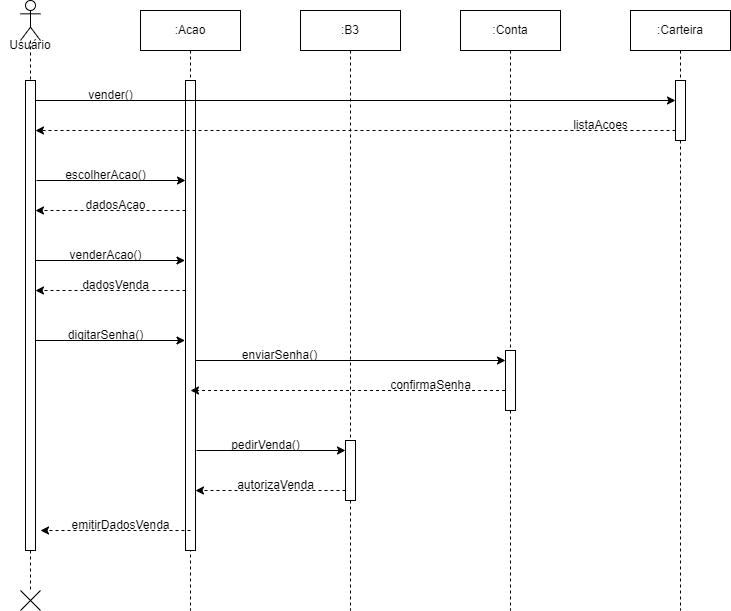
ThePlano/Projeto-CC5511---ENGENHARIA-DE-SOFTWARE keeps this draw.io diagram as diagrama_sequencia_vender_acao.png. Above is the earlier version. Source tidied: cells renumbered, new cells last; positions are measured from the earlier drawing's top-left corner, leaving out a move shared by most shapes.
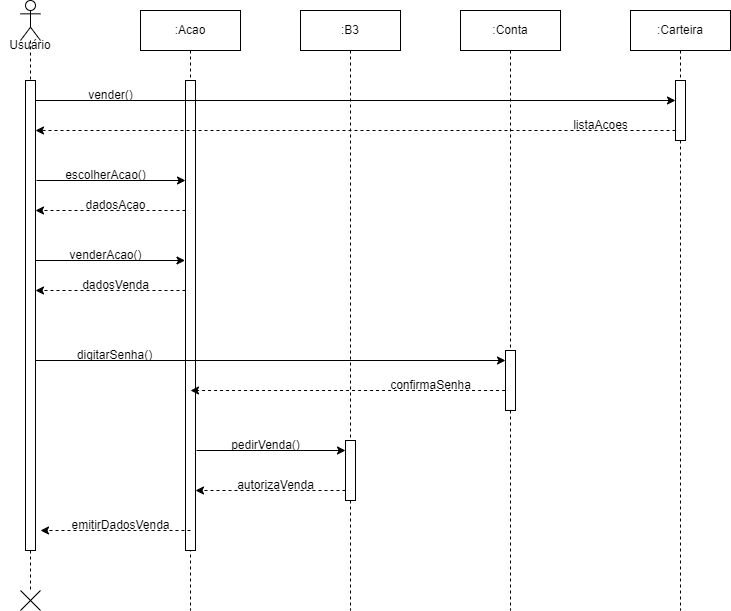
The same file after the commit.

Change to the diagram source:
```diff
@@ -96,15 +96,6 @@
     <mxCell id="25" value="dadosVenda" style="text;html=1;align=center;verticalAlign=middle;strokeColor=none;fillColor=none;" parent="1" vertex="1">
       <mxGeometry x="70" y="270" width="90" height="30" as="geometry" />
     </mxCell>
-    <mxCell id="26" style="endArrow=classic;html=1;rounded=0;exitX=1.103;exitY=0.128;exitDx=0;exitDy=0;exitPerimeter=0;" parent="1" edge="1">
-      <mxGeometry relative="1" as="geometry">
-        <mxPoint x="35.5" y="340" as="sourcePoint" />
-        <mxPoint x="184.5" y="340" as="targetPoint" />
-      </mxGeometry>
-    </mxCell>
-    <mxCell id="27" value="digitarSenha()" style="text;html=1;align=center;verticalAlign=middle;strokeColor=none;fillColor=none;" parent="1" vertex="1">
-      <mxGeometry x="54.5" y="320" width="100" height="30" as="geometry" />
-    </mxCell>
     <mxCell id="28" style="endArrow=classic;html=1;rounded=0;dashed=1;" parent="1" edge="1">
       <mxGeometry relative="1" as="geometry">
         <mxPoint x="190" y="530" as="sourcePoint" />
@@ -120,14 +111,13 @@
     <mxCell id="31" style="html=1;perimeter=orthogonalPerimeter;targetShapes=umlLifeline;newEdgeStyle={&quot;curved&quot;:0,&quot;rounded&quot;:0};" parent="30" vertex="1">
       <mxGeometry x="45" y="340" width="10" height="60" as="geometry" />
     </mxCell>
-    <mxCell id="32" style="endArrow=classic;html=1;rounded=0;" parent="1" edge="1">
+    <mxCell id="32" style="endArrow=classic;html=1;rounded=0;" parent="1" edge="1" source="3">
       <mxGeometry relative="1" as="geometry">
-        <mxPoint x="195" y="360" as="sourcePoint" />
         <mxPoint x="505" y="360" as="targetPoint" />
       </mxGeometry>
     </mxCell>
-    <mxCell id="33" value="enviarSenha()" style="text;html=1;align=center;verticalAlign=middle;strokeColor=none;fillColor=none;" parent="1" vertex="1">
-      <mxGeometry x="229" y="340" width="100" height="30" as="geometry" />
+    <mxCell id="33" value="digitarSenha()" style="text;html=1;align=center;verticalAlign=middle;strokeColor=none;fillColor=none;" parent="1" vertex="1">
+      <mxGeometry x="64" y="340" width="100" height="30" as="geometry" />
     </mxCell>
     <mxCell id="34" style="endArrow=classic;html=1;rounded=0;dashed=1;" parent="1" edge="1">
       <mxGeometry relative="1" as="geometry">
```
